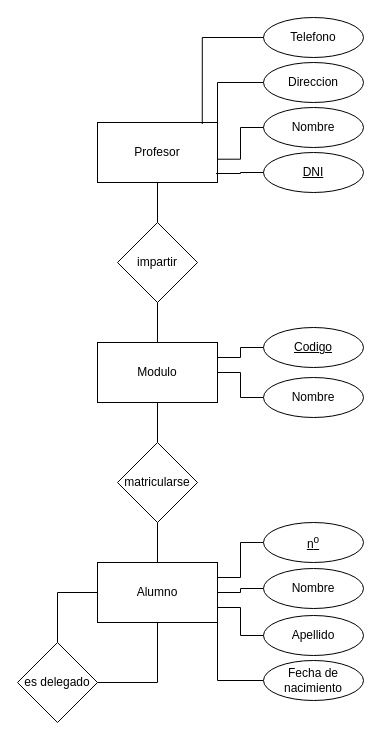
The draw.io diagram Unidad_1/Tareas/Tarea_5/Profesorado.drawio in OxideVanadium/base_de_datos, before the edit. Source tidied: cells renumbered, new cells numbered last; positions are measured from the earlier drawing's top-left corner, leaving out a move shared by most shapes. Both pictures are drawn from the tidied source at 100%, with x=0, y=0 at pixel (17, 17).
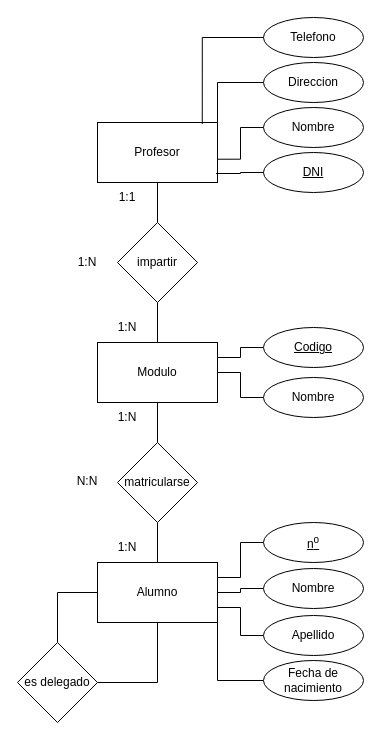
After the change.

The edit, as a diff of the source:
```diff
@@
+    <mxCell id="34" value="1:1" style="text;html=1;strokeColor=none;fillColor=none;align=center;verticalAlign=middle;whiteSpace=wrap;rounded=0;" parent="1" vertex="1">
+      <mxGeometry x="80" y="165" width="60" height="30" as="geometry" />
+    </mxCell>
+    <mxCell id="35" value="1:N" style="text;html=1;strokeColor=none;fillColor=none;align=center;verticalAlign=middle;whiteSpace=wrap;rounded=0;" parent="1" vertex="1">
+      <mxGeometry x="80" y="295" width="60" height="30" as="geometry" />
+    </mxCell>
+    <mxCell id="36" value="1:N" style="text;html=1;strokeColor=none;fillColor=none;align=center;verticalAlign=middle;whiteSpace=wrap;rounded=0;" parent="1" vertex="1">
+      <mxGeometry x="40" y="230" width="60" height="30" as="geometry" />
+    </mxCell>
+    <mxCell id="37" value="1:N" style="text;html=1;strokeColor=none;fillColor=none;align=center;verticalAlign=middle;whiteSpace=wrap;rounded=0;" parent="1" vertex="1">
+      <mxGeometry x="80" y="385" width="60" height="30" as="geometry" />
+    </mxCell>
+    <mxCell id="38" value="1:N" style="text;html=1;strokeColor=none;fillColor=none;align=center;verticalAlign=middle;whiteSpace=wrap;rounded=0;" parent="1" vertex="1">
+      <mxGeometry x="80" y="515" width="60" height="30" as="geometry" />
+    </mxCell>
+    <mxCell id="39" value="N:N" style="text;html=1;strokeColor=none;fillColor=none;align=center;verticalAlign=middle;whiteSpace=wrap;rounded=0;" parent="1" vertex="1">
+      <mxGeometry x="40" y="449" width="60" height="30" as="geometry" />
+    </mxCell>
```
